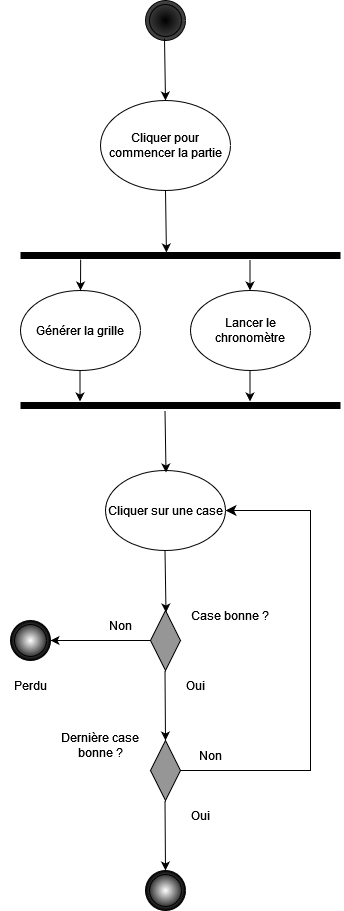
Above: diag_act.drawio.png in leonielrx/demineur (draw.io), before the change. Source tidied: cells renumbered, new cells last; positions are measured from the earlier drawing's top-left corner, leaving out a move shared by most shapes.
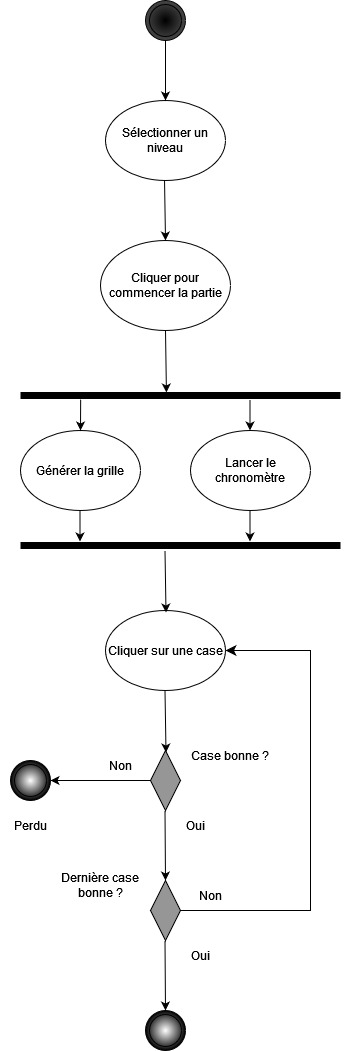
The same file after the commit.

Commit message:
Mettre à jour diag_act.drawio.png

What changed in the source:
```diff
@@ -112,7 +112,7 @@
       </mxGeometry>
     </mxCell>
     <mxCell id="30" style="ellipse;shape=doubleEllipse;whiteSpace=wrap;html=1;fillColor=#000000;gradientColor=#474747;gradientDirection=radial;shadow=0;" parent="1" vertex="1">
-      <mxGeometry x="145" width="40" height="40" as="geometry" />
+      <mxGeometry x="145" y="-140" width="40" height="40" as="geometry" />
     </mxCell>
     <mxCell id="31" style="endArrow=classic;html=1;rounded=0;exitX=0.5;exitY=1;exitDx=0;exitDy=0;entryX=0.456;entryY=0.2;entryDx=0;entryDy=0;entryPerimeter=0;" parent="1" edge="1">
       <mxGeometry relative="1" as="geometry">
@@ -120,5 +120,13 @@
         <mxPoint x="165" y="100" as="targetPoint" />
       </mxGeometry>
     </mxCell>
+    <mxCell id="32" value="Sélectionner un niveau" style="ellipse;whiteSpace=wrap;html=1;" parent="1" vertex="1">
+      <mxGeometry x="105" y="-40" width="120" height="80" as="geometry" />
+    </mxCell>
+    <mxCell id="33" style="endArrow=classic;html=1;rounded=0;exitX=0.5;exitY=1;exitDx=0;exitDy=0;entryX=0.456;entryY=0.2;entryDx=0;entryDy=0;entryPerimeter=0;" parent="1" edge="1" source="30">
+      <mxGeometry relative="1" as="geometry">
+        <mxPoint x="165" y="-40" as="targetPoint" />
+      </mxGeometry>
+    </mxCell>
   </root>
 </mxGraphModel>
```
